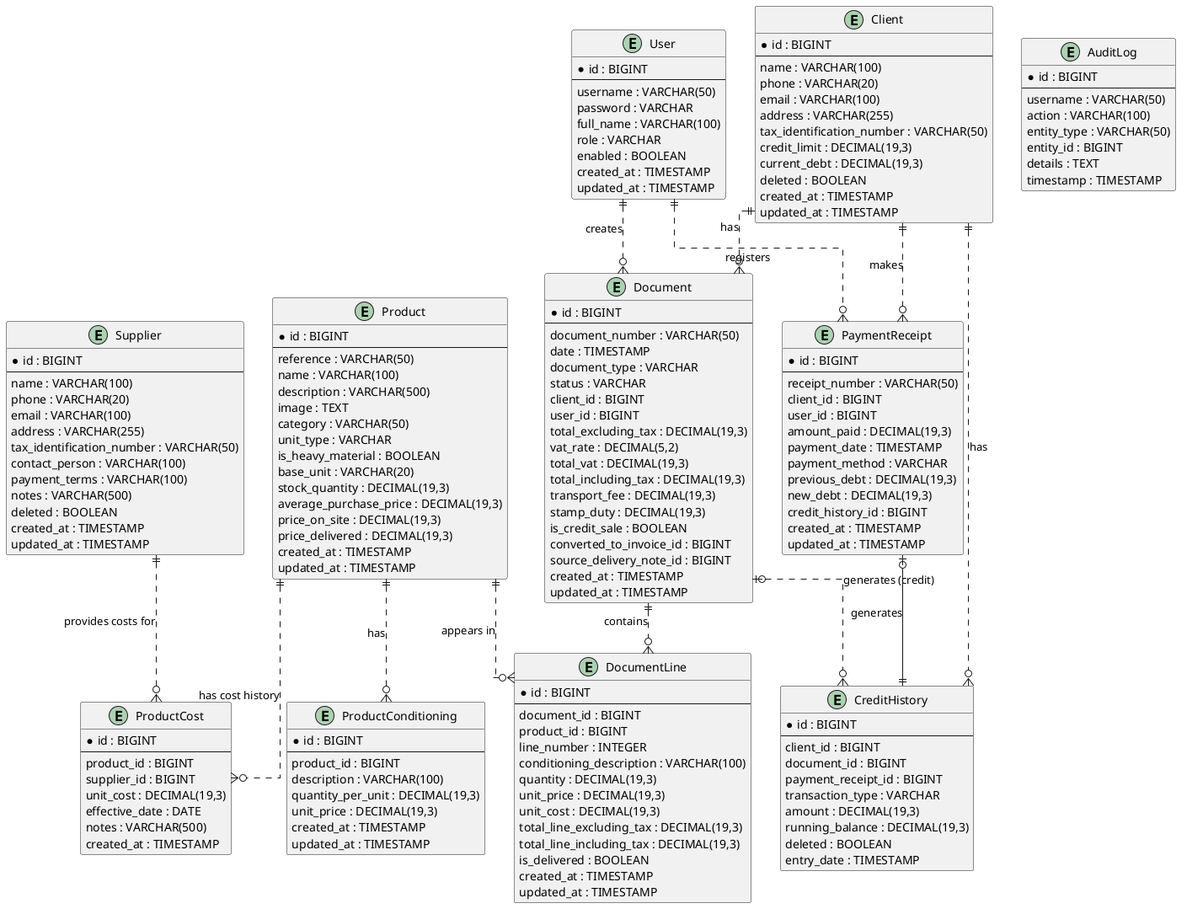
Before: docs/images/Hardware-Store-Entity-Relationships.png, a diagram exported from PlantUML (mAmineChniti/hardware_store).
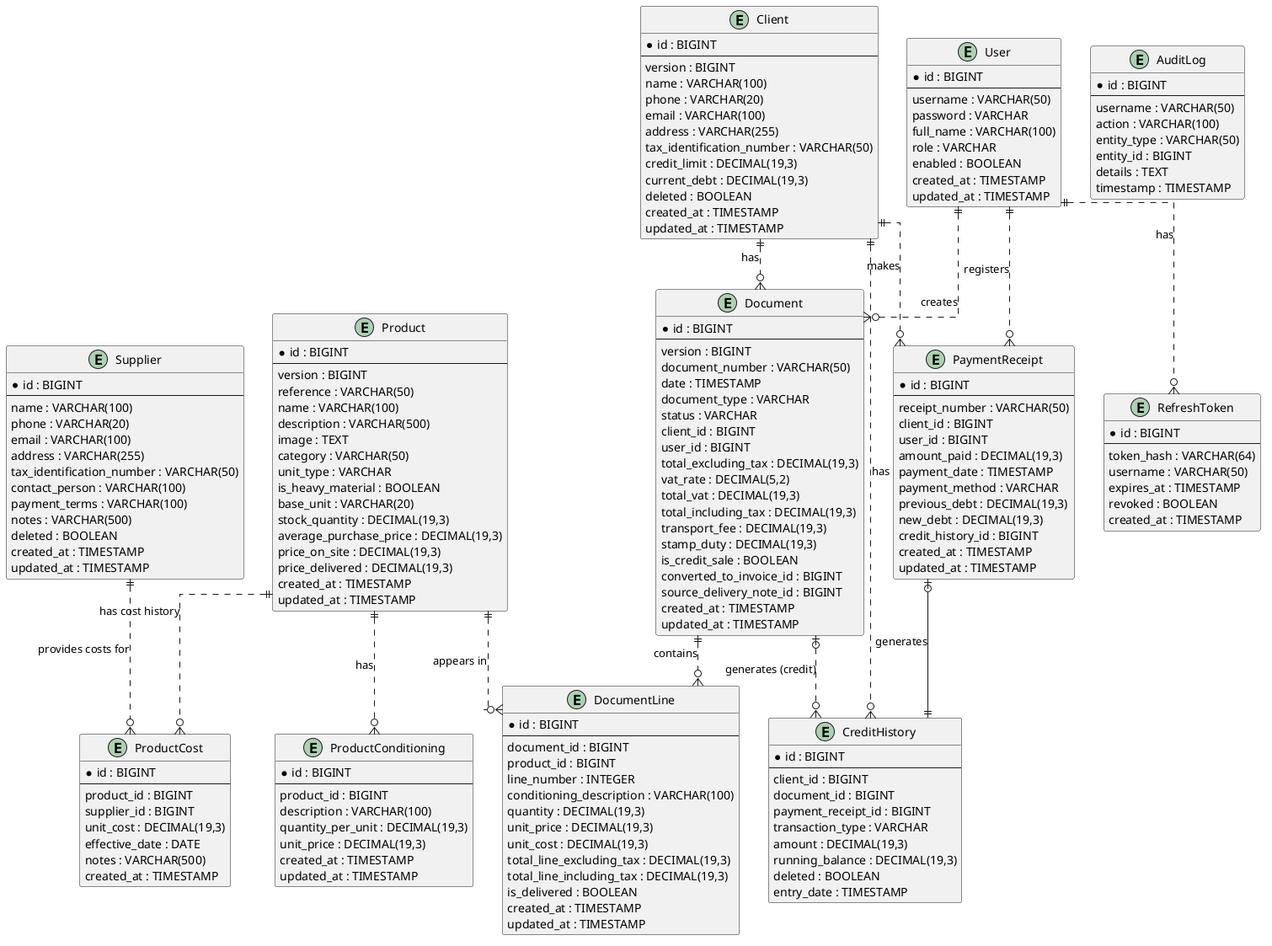
The same diagram one commit later.

The edit, as a diff of the source:
```diff
@@ -17,6 +17,7 @@
 entity "Client" as client {
   *id : BIGINT
   --
+  version : BIGINT
   name : VARCHAR(100)
   phone : VARCHAR(20)
   email : VARCHAR(100)
@@ -48,6 +49,7 @@
 entity "Product" as product {
   *id : BIGINT
   --
+  version : BIGINT
   reference : VARCHAR(50)
   name : VARCHAR(100)
   description : VARCHAR(500)
@@ -89,6 +91,7 @@
 entity "Document" as document {
   *id : BIGINT
   --
+  version : BIGINT
   document_number : VARCHAR(50)
   date : TIMESTAMP
   document_type : VARCHAR
@@ -165,9 +168,20 @@
   timestamp : TIMESTAMP
 }
 
+entity "RefreshToken" as refresh_token {
+  *id : BIGINT
+  --
+  token_hash : VARCHAR(64)
+  username : VARCHAR(50)
+  expires_at : TIMESTAMP
+  revoked : BOOLEAN
+  created_at : TIMESTAMP
+}
+
 
 user ||..o{ document : "creates"
 user ||..o{ payment_receipt : "registers"
+user ||..o{ refresh_token : "has"
 
 client ||..o{ document : "has"
 client ||..o{ payment_receipt : "makes"
```
